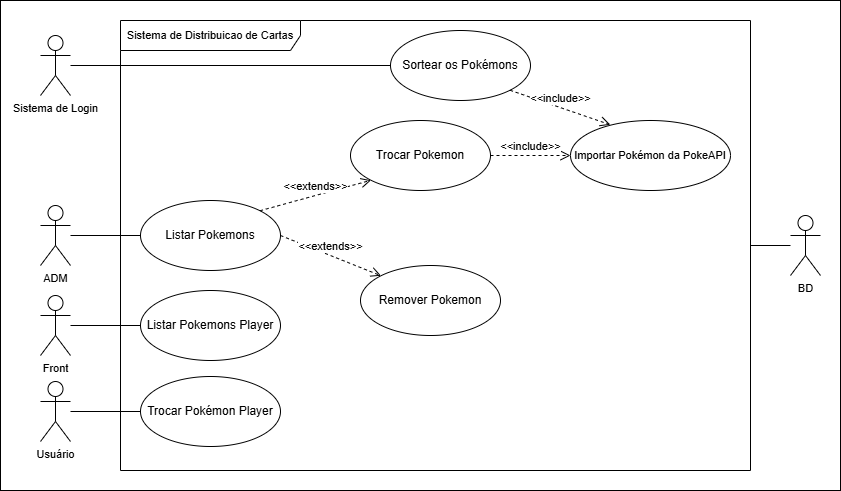
This is documentacao/UML/UML_tema_2.drawio.png from Inatel-S03-2025-2/distribuicao-de-cartas, a draw.io export, as it was before one commit. Source tidied: cells renumbered, new cells last; positions are measured from the earlier drawing's top-left corner, leaving out a move shared by most shapes. Its diagram source:
```xml
<mxGraphModel>
  <root>
    <mxCell id="0" />
    <mxCell id="1" parent="0" />
    <mxCell id="2" style="rounded=0;whiteSpace=wrap;html=1;" parent="1" vertex="1">
      <mxGeometry width="840" height="490" as="geometry" />
    </mxCell>
    <mxCell id="3" value="Sortear os Pokémons" style="ellipse;whiteSpace=wrap;html=1;" parent="1" vertex="1">
      <mxGeometry x="390" y="30" width="140" height="70" as="geometry" />
    </mxCell>
    <mxCell id="4" value="Importar Pokémon da PokeAPI" style="ellipse;whiteSpace=wrap;html=1;fontFamily=Helvetica;fontSize=11;fontColor=default;labelBackgroundColor=default;" parent="1" vertex="1">
      <mxGeometry x="570" y="120" width="160" height="70" as="geometry" />
    </mxCell>
    <mxCell id="5" value="Listar Pokemons Player" style="ellipse;whiteSpace=wrap;html=1;" parent="1" vertex="1">
      <mxGeometry x="140" y="290" width="140" height="70" as="geometry" />
    </mxCell>
    <mxCell id="6" value="Trocar Pokémon Player" style="ellipse;whiteSpace=wrap;html=1;" parent="1" vertex="1">
      <mxGeometry x="140" y="376" width="140" height="70" as="geometry" />
    </mxCell>
    <mxCell id="7" value="Remover Pokemon" style="ellipse;whiteSpace=wrap;html=1;" parent="1" vertex="1">
      <mxGeometry x="360" y="265" width="140" height="70" as="geometry" />
    </mxCell>
    <mxCell id="8" value="&lt;div&gt;&lt;br&gt;&lt;/div&gt;&lt;div&gt;&lt;br&gt;&lt;/div&gt;" style="edgeStyle=none;shape=connector;rounded=0;jettySize=auto;html=1;strokeColor=default;align=center;verticalAlign=middle;fontFamily=Helvetica;fontSize=11;fontColor=default;labelBackgroundColor=default;endArrow=none;endFill=0;startFill=0;" parent="1" edge="1" source="9" target="10">
      <mxGeometry x="0.07" y="6" relative="1" as="geometry" />
    </mxCell>
    <mxCell id="9" value="ADM" style="shape=umlActor;verticalLabelPosition=bottom;verticalAlign=top;html=1;fontFamily=Helvetica;fontSize=11;fontColor=default;labelBackgroundColor=default;" parent="1" vertex="1">
      <mxGeometry x="40" y="205" width="30" height="60" as="geometry" />
    </mxCell>
    <mxCell id="10" value="Listar Pokemons" style="ellipse;whiteSpace=wrap;html=1;" parent="1" vertex="1">
      <mxGeometry x="140" y="200" width="140" height="70" as="geometry" />
    </mxCell>
    <mxCell id="11" value="&amp;lt;&amp;lt;extends&amp;gt;&amp;gt;" style="html=1;verticalAlign=bottom;endArrow=open;dashed=1;endSize=8;curved=0;rounded=0;strokeColor=default;align=center;fontFamily=Helvetica;fontSize=11;fontColor=default;labelBackgroundColor=default;exitX=1;exitY=0.5;exitDx=0;exitDy=0;entryX=0;entryY=0;entryDx=0;entryDy=0;" parent="1" edge="1" source="10" target="7">
      <mxGeometry relative="1" as="geometry" />
    </mxCell>
    <mxCell id="12" value="&amp;lt;&amp;lt;include&lt;span style=&quot;background-color: light-dark(#ffffff, var(--ge-dark-color, #121212)); color: light-dark(rgb(0, 0, 0), rgb(255, 255, 255));&quot;&gt;&amp;gt;&amp;gt;&lt;/span&gt;" style="html=1;verticalAlign=bottom;endArrow=open;dashed=1;endSize=8;curved=0;rounded=0;strokeColor=default;align=center;fontFamily=Helvetica;fontSize=11;fontColor=default;labelBackgroundColor=default;entryX=0.249;entryY=0.061;entryDx=0;entryDy=0;exitX=1;exitY=1;exitDx=0;exitDy=0;entryPerimeter=0;" parent="1" edge="1" source="3" target="4">
      <mxGeometry relative="1" as="geometry" />
    </mxCell>
    <mxCell id="13" style="edgeStyle=none;shape=connector;rounded=0;jettySize=auto;html=1;entryX=0;entryY=0.5;entryDx=0;entryDy=0;strokeColor=default;align=center;verticalAlign=middle;fontFamily=Helvetica;fontSize=11;fontColor=default;labelBackgroundColor=default;startFill=0;endArrow=none;endFill=0;" parent="1" edge="1" source="15" target="5">
      <mxGeometry relative="1" as="geometry" />
    </mxCell>
    <mxCell id="14" style="edgeStyle=none;shape=connector;rounded=0;jettySize=auto;html=1;strokeColor=default;align=center;verticalAlign=middle;fontFamily=Helvetica;fontSize=11;fontColor=default;labelBackgroundColor=default;startFill=0;endArrow=none;endFill=0;entryX=0;entryY=0.5;entryDx=0;entryDy=0;" parent="1" edge="1" source="22" target="6">
      <mxGeometry relative="1" as="geometry" />
    </mxCell>
    <mxCell id="15" value="Front" style="shape=umlActor;verticalLabelPosition=bottom;verticalAlign=top;html=1;fontFamily=Helvetica;fontSize=11;fontColor=default;labelBackgroundColor=default;" parent="1" vertex="1">
      <mxGeometry x="40" y="295" width="30" height="60" as="geometry" />
    </mxCell>
    <mxCell id="16" value="Trocar Pokemon" style="ellipse;whiteSpace=wrap;html=1;" parent="1" vertex="1">
      <mxGeometry x="350" y="120" width="140" height="70" as="geometry" />
    </mxCell>
    <mxCell id="17" value="&amp;lt;&amp;lt;extends&amp;gt;&amp;gt;" style="html=1;verticalAlign=bottom;endArrow=open;dashed=1;endSize=8;curved=0;rounded=0;strokeColor=default;align=center;fontFamily=Helvetica;fontSize=11;fontColor=default;labelBackgroundColor=default;entryX=0;entryY=1;entryDx=0;entryDy=0;exitX=1;exitY=0;exitDx=0;exitDy=0;" parent="1" edge="1" source="10" target="16">
      <mxGeometry relative="1" as="geometry" />
    </mxCell>
    <mxCell id="18" value="&amp;lt;&amp;lt;include&lt;span style=&quot;background-color: light-dark(#ffffff, var(--ge-dark-color, #121212)); color: light-dark(rgb(0, 0, 0), rgb(255, 255, 255));&quot;&gt;&amp;gt;&amp;gt;&lt;/span&gt;" style="html=1;verticalAlign=bottom;endArrow=open;dashed=1;endSize=8;curved=0;rounded=0;strokeColor=default;align=center;fontFamily=Helvetica;fontSize=11;fontColor=default;labelBackgroundColor=default;exitX=1;exitY=0.5;exitDx=0;exitDy=0;" parent="1" edge="1" source="16" target="4">
      <mxGeometry relative="1" as="geometry" />
    </mxCell>
    <mxCell id="19" value="Sistema de Distribuicao de Cartas" style="shape=umlFrame;whiteSpace=wrap;html=1;fontFamily=Helvetica;fontSize=11;fontColor=default;labelBackgroundColor=default;width=180;height=30;" parent="1" vertex="1">
      <mxGeometry x="120" y="20" width="630" height="450" as="geometry" />
    </mxCell>
    <mxCell id="20" style="edgeStyle=none;shape=connector;rounded=0;jettySize=auto;html=1;entryX=0;entryY=0.5;entryDx=0;entryDy=0;strokeColor=default;align=center;verticalAlign=middle;fontFamily=Helvetica;fontSize=11;fontColor=default;labelBackgroundColor=default;startFill=0;endArrow=none;endFill=0;" parent="1" edge="1" source="21" target="3">
      <mxGeometry relative="1" as="geometry" />
    </mxCell>
    <mxCell id="21" value="Sistema de Login" style="shape=umlActor;verticalLabelPosition=bottom;verticalAlign=top;html=1;fontFamily=Helvetica;fontSize=11;fontColor=default;labelBackgroundColor=default;" parent="1" vertex="1">
      <mxGeometry x="40" y="35" width="30" height="60" as="geometry" />
    </mxCell>
    <mxCell id="22" value="Usuá&lt;span style=&quot;background-color: light-dark(#ffffff, var(--ge-dark-color, #121212)); color: light-dark(rgb(0, 0, 0), rgb(255, 255, 255));&quot;&gt;rio&lt;/span&gt;" style="shape=umlActor;verticalLabelPosition=bottom;verticalAlign=top;html=1;fontFamily=Helvetica;fontSize=11;fontColor=default;labelBackgroundColor=default;" parent="1" vertex="1">
      <mxGeometry x="40" y="381" width="30" height="60" as="geometry" />
    </mxCell>
    <mxCell id="23" style="edgeStyle=none;shape=connector;rounded=0;jettySize=auto;html=1;strokeColor=default;align=center;verticalAlign=middle;fontFamily=Helvetica;fontSize=11;fontColor=default;labelBackgroundColor=default;startFill=0;endArrow=none;endFill=0;" parent="1" edge="1" source="24" target="19">
      <mxGeometry relative="1" as="geometry" />
    </mxCell>
    <mxCell id="24" value="BD&lt;div&gt;&lt;br&gt;&lt;/div&gt;" style="shape=umlActor;verticalLabelPosition=bottom;verticalAlign=top;html=1;fontFamily=Helvetica;fontSize=11;fontColor=default;labelBackgroundColor=default;" parent="1" vertex="1">
      <mxGeometry x="790" y="215" width="30" height="60" as="geometry" />
    </mxCell>
  </root>
</mxGraphModel>
```
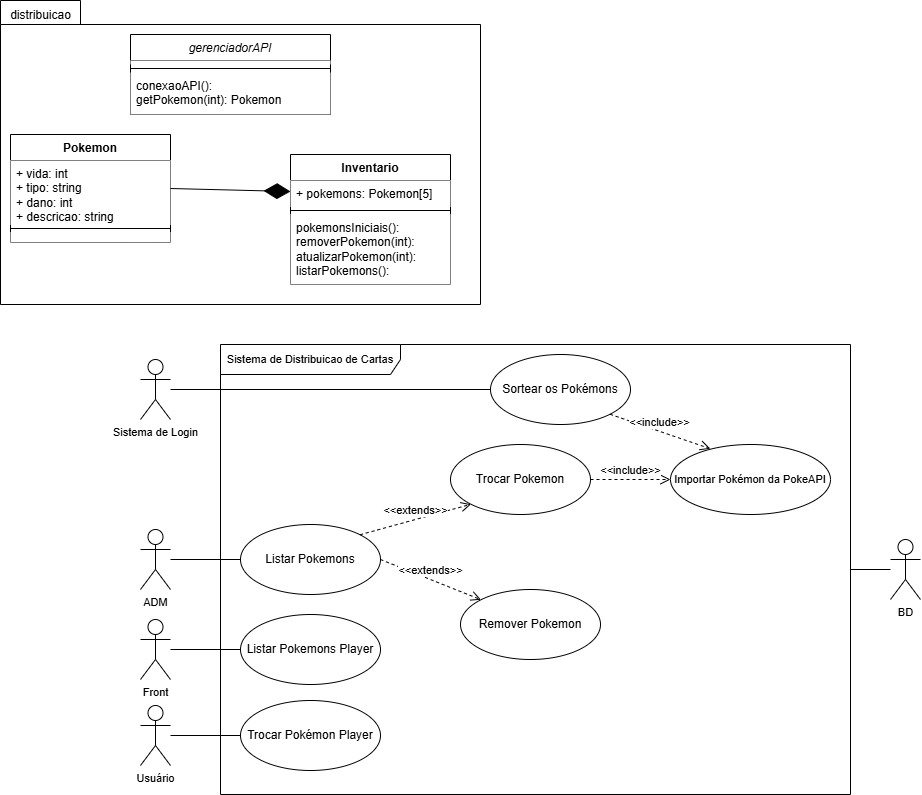
Above is the later version.

Commit message:
doc: modificando imagem UML

Diff of the diagram source:
```diff
@@ -2,9 +2,9 @@
   <root>
     <mxCell id="0" />
     <mxCell id="1" parent="0" />
-    <mxCell id="2" style="rounded=0;whiteSpace=wrap;html=1;" parent="1" vertex="1">
-      <mxGeometry width="840" height="490" as="geometry" />
-    </mxCell>
+    <mxCell id="25" style="shape=folder;fontStyle=1;spacingTop=10;tabWidth=80;tabHeight=24;tabPosition=left;html=1;whiteSpace=wrap;" parent="1" vertex="1">
+      <mxGeometry x="-100" y="-324" width="480" height="304" as="geometry" />
+    </mxCell>
     <mxCell id="3" value="Sortear os Pokémons" style="ellipse;whiteSpace=wrap;html=1;" parent="1" vertex="1">
       <mxGeometry x="390" y="30" width="140" height="70" as="geometry" />
     </mxCell>
@@ -71,5 +71,47 @@
     <mxCell id="24" value="BD&lt;div&gt;&lt;br&gt;&lt;/div&gt;" style="shape=umlActor;verticalLabelPosition=bottom;verticalAlign=top;html=1;fontFamily=Helvetica;fontSize=11;fontColor=default;labelBackgroundColor=default;" parent="1" vertex="1">
       <mxGeometry x="790" y="215" width="30" height="60" as="geometry" />
     </mxCell>
+    <mxCell id="26" value="Pokemon" style="swimlane;fontStyle=1;align=center;verticalAlign=top;horizontal=1;startSize=26;whiteSpace=wrap;html=1;" parent="1" vertex="1">
+      <mxGeometry x="-90" y="-190" width="160" height="108" as="geometry" />
+    </mxCell>
+    <mxCell id="27" value="+ vida: int&lt;div&gt;+ tipo: string&amp;nbsp;&lt;/div&gt;&lt;div&gt;+ dano: int&lt;/div&gt;&lt;div&gt;+ descricao: string&lt;/div&gt;&lt;div&gt;+ etc...&lt;/div&gt;" style="text;align=left;verticalAlign=top;spacingLeft=4;spacingRight=4;overflow=hidden;whiteSpace=wrap;html=1;fillColor=default;" parent="26" vertex="1">
+      <mxGeometry y="26" width="160" height="64" as="geometry" />
+    </mxCell>
+    <mxCell id="28" style="line;strokeWidth=1;fillColor=none;align=left;verticalAlign=middle;spacingTop=-1;spacingLeft=3;spacingRight=3;labelPosition=right;strokeColor=inherit;" parent="26" vertex="1">
+      <mxGeometry y="90" width="160" height="8" as="geometry" />
+    </mxCell>
+    <mxCell id="29" style="text;align=left;verticalAlign=top;spacingLeft=4;spacingRight=4;overflow=hidden;whiteSpace=wrap;html=1;fillColor=default;" parent="26" vertex="1">
+      <mxGeometry y="98" width="160" height="10" as="geometry" />
+    </mxCell>
+    <mxCell id="30" value="Inventario" style="swimlane;fontStyle=1;align=center;verticalAlign=top;horizontal=1;startSize=26;whiteSpace=wrap;html=1;" parent="1" vertex="1">
+      <mxGeometry x="190" y="-170" width="160" height="130" as="geometry" />
+    </mxCell>
+    <mxCell id="31" value="+ pokemons: Pokemon[5]" style="text;align=left;verticalAlign=top;spacingLeft=4;spacingRight=4;overflow=hidden;points=[[0,0.5],[1,0.5]];portConstraint=eastwest;whiteSpace=wrap;html=1;fillColor=default;" parent="30" vertex="1">
+      <mxGeometry y="26" width="160" height="26" as="geometry" />
+    </mxCell>
+    <mxCell id="32" style="line;strokeWidth=1;fillColor=none;align=left;verticalAlign=middle;spacingTop=-1;spacingLeft=3;spacingRight=3;labelPosition=right;strokeColor=inherit;" parent="30" vertex="1">
+      <mxGeometry y="52" width="160" height="8" as="geometry" />
+    </mxCell>
+    <mxCell id="33" value="pokemonsIniciais():&lt;div&gt;removerPokemon(int):&lt;/div&gt;&lt;div&gt;atualizarPokemon(int):&lt;/div&gt;&lt;div&gt;listarPokemons():&lt;/div&gt;&lt;div&gt;&lt;br&gt;&lt;/div&gt;" style="text;align=left;verticalAlign=top;spacingLeft=4;spacingRight=4;overflow=hidden;whiteSpace=wrap;html=1;fillColor=default;" parent="30" vertex="1">
+      <mxGeometry y="60" width="160" height="70" as="geometry" />
+    </mxCell>
+    <mxCell id="34" value="&lt;span style=&quot;font-weight: 400;&quot;&gt;&lt;i&gt;gerenciadorAPI&lt;/i&gt;&lt;/span&gt;" style="swimlane;fontStyle=1;align=center;verticalAlign=top;horizontal=1;startSize=26;whiteSpace=wrap;html=1;" parent="1" vertex="1">
+      <mxGeometry x="30" y="-290" width="200" height="80" as="geometry" />
+    </mxCell>
+    <mxCell id="35" style="text;align=left;verticalAlign=top;spacingLeft=4;spacingRight=4;overflow=hidden;whiteSpace=wrap;html=1;fillColor=default;" parent="34" vertex="1">
+      <mxGeometry y="26" width="200" height="4" as="geometry" />
+    </mxCell>
+    <mxCell id="36" style="line;strokeWidth=1;fillColor=none;align=left;verticalAlign=middle;spacingTop=-1;spacingLeft=3;spacingRight=3;labelPosition=right;strokeColor=inherit;" parent="34" vertex="1">
+      <mxGeometry y="30" width="200" height="8" as="geometry" />
+    </mxCell>
+    <mxCell id="37" value="conexaoAPI():&lt;div&gt;getPokemon(int): Pokemon&lt;/div&gt;&lt;div&gt;&lt;br&gt;&lt;/div&gt;" style="text;align=left;verticalAlign=top;spacingLeft=4;spacingRight=4;overflow=hidden;whiteSpace=wrap;html=1;fillColor=default;" parent="34" vertex="1">
+      <mxGeometry y="38" width="200" height="42" as="geometry" />
+    </mxCell>
+    <mxCell id="38" style="endArrow=diamondThin;endFill=1;endSize=24;html=1;rounded=0;exitX=1;exitY=0.5;exitDx=0;exitDy=0;" parent="1" edge="1" source="26" target="31">
+      <mxGeometry relative="1" as="geometry" />
+    </mxCell>
+    <mxCell id="39" value="distribuicao" style="text;html=1;align=center;verticalAlign=middle;strokeColor=none;fillColor=none;" parent="1" vertex="1">
+      <mxGeometry x="-100" y="-324" width="80" height="30" as="geometry" />
+    </mxCell>
   </root>
 </mxGraphModel>
```
